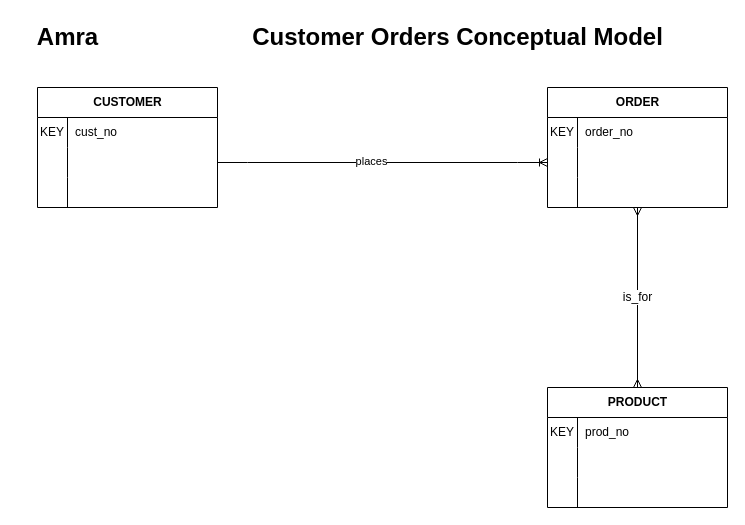
The draw.io diagram page "Relationships" (2 of 3) of Applied/App03/cust_orders.drawio in aanv0002/bigrig-movers-sql-database, before the edit. Source tidied: cells renumbered, new cells numbered last; positions are measured from the earlier drawing's top-left corner, leaving out a move shared by most shapes. Both pictures are drawn from the tidied source at 100%, with x=0, y=0 at pixel (17, 17).
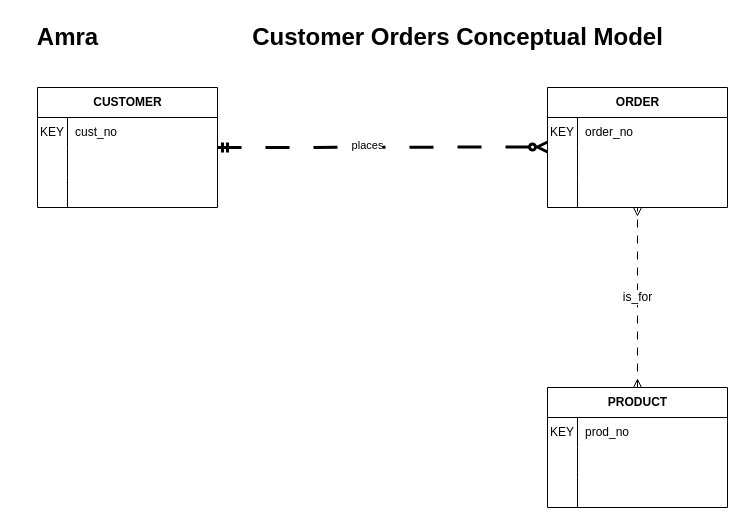
The same diagram, later.

Commit message (it also covers changes not shown here):
final commit to export to pdf

Unchanged cells that the change refers to:
```xml
<mxCell id="8" style="shape=tableRow;horizontal=0;startSize=0;swimlaneHead=0;swimlaneBody=0;fillColor=none;points=[[0,0.5],[1,0.5]];portConstraint=eastwest;top=0;left=0;right=0;bottom=0;" parent="4" vertex="1">
  <mxGeometry y="60" width="180" height="30" as="geometry" />
</mxCell>
<mxCell id="18" style="shape=tableRow;horizontal=0;startSize=0;swimlaneHead=0;swimlaneBody=0;fillColor=none;points=[[0,0.5],[1,0.5]];portConstraint=eastwest;top=0;left=0;right=0;bottom=0;" parent="14" vertex="1">
  <mxGeometry y="60" width="180" height="30" as="geometry" />
</mxCell>
<mxCell id="21" style="shape=tableRow;horizontal=0;startSize=0;swimlaneHead=0;swimlaneBody=0;fillColor=none;points=[[0,0.5],[1,0.5]];portConstraint=eastwest;top=0;left=0;right=0;bottom=0;" parent="14" vertex="1">
  <mxGeometry y="90" width="180" height="30" as="geometry" />
</mxCell>
<mxCell id="24" value="PRODUCT" style="shape=table;startSize=30;childLayout=tableLayout;rowLines=0;fontStyle=1;align=center;html=1;" parent="1" vertex="1">
  <mxGeometry x="530" y="370" width="180" height="120" as="geometry" />
</mxCell>
```

The edit, as a diff of the source:
```diff
@@
-    <mxCell id="34" style="edgeStyle=entityRelationEdgeStyle;fontSize=12;html=1;endArrow=ERoneToMany;rounded=0;exitX=1;exitY=0.5;exitDx=0;exitDy=0;entryX=0;entryY=0.5;entryDx=0;entryDy=0;" parent="1" edge="1" source="8" target="18">
-      <mxGeometry relative="1" as="geometry" />
-    </mxCell>
+    <mxCell id="36" value="is_for" style="edgeStyle=elbowEdgeStyle;fontSize=12;html=1;endArrow=ERmany;startArrow=ERmany;rounded=0;exitX=0.5;exitY=0;exitDx=0;exitDy=0;dashed=1;dashPattern=8 8;" parent="1" edge="1" source="24" target="21">
+      <mxGeometry relative="1" as="geometry" />
+    </mxCell>
+    <mxCell id="37" style="edgeStyle=entityRelationEdgeStyle;fontSize=12;html=1;endArrow=ERzeroToMany;startArrow=ERmandOne;rounded=0;entryX=0;entryY=0.5;entryDx=0;entryDy=0;strokeWidth=3;dashed=1;dashPattern=8 8;" parent="1" edge="1">
+      <mxGeometry relative="1" as="geometry">
+        <mxPoint x="200" y="130" as="sourcePoint" />
+        <mxPoint x="530" y="129.5" as="targetPoint" />
+      </mxGeometry>
+    </mxCell>
-    <mxCell id="35" value="places" style="edgeLabel;html=1;align=center;verticalAlign=middle;" parent="34" vertex="1">
-      <mxGeometry x="-0.07" y="2" relative="1" as="geometry" />
+    <mxCell id="35" value="places" style="edgeLabel;html=1;align=center;verticalAlign=middle;" parent="37" vertex="1">
+      <mxGeometry x="-0.09" y="2" relative="1" as="geometry" />
     </mxCell>
-    <mxCell id="36" value="is_for" style="edgeStyle=elbowEdgeStyle;fontSize=12;html=1;endArrow=ERmany;startArrow=ERmany;rounded=0;exitX=0.5;exitY=0;exitDx=0;exitDy=0;" parent="1" edge="1" source="24" target="21">
-      <mxGeometry relative="1" as="geometry" />
-    </mxCell>
```
